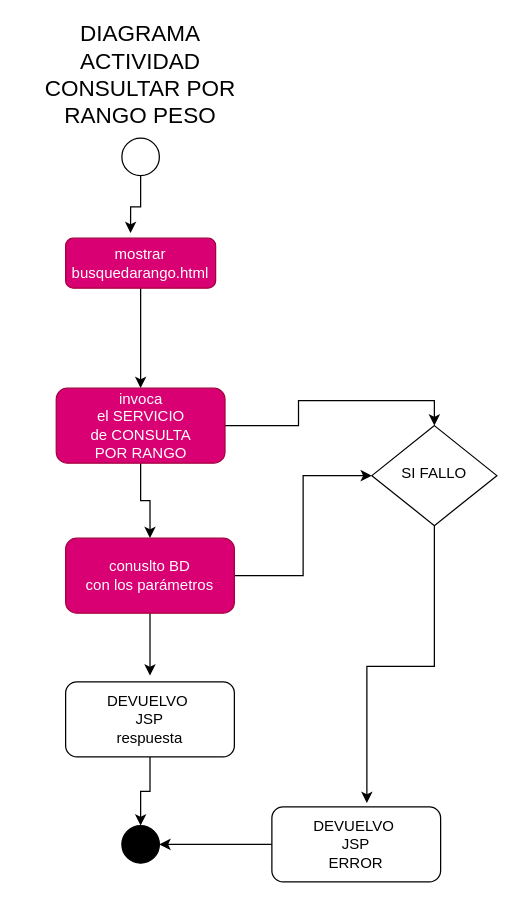
Earlier version of the draw.io diagram proyectoprofe1/DOCU/DIAGRAMA ACTIVDAD CONUSLTA POR RANGO PESO.drawio (Valexx55/repoclasejava). Source tidied: cells renumbered, new cells numbered last; positions are measured from the earlier drawing's top-left corner, leaving out a move shared by most shapes. Both pictures are drawn from the tidied source at 125%, with x=0, y=0 at pixel (21, 62).
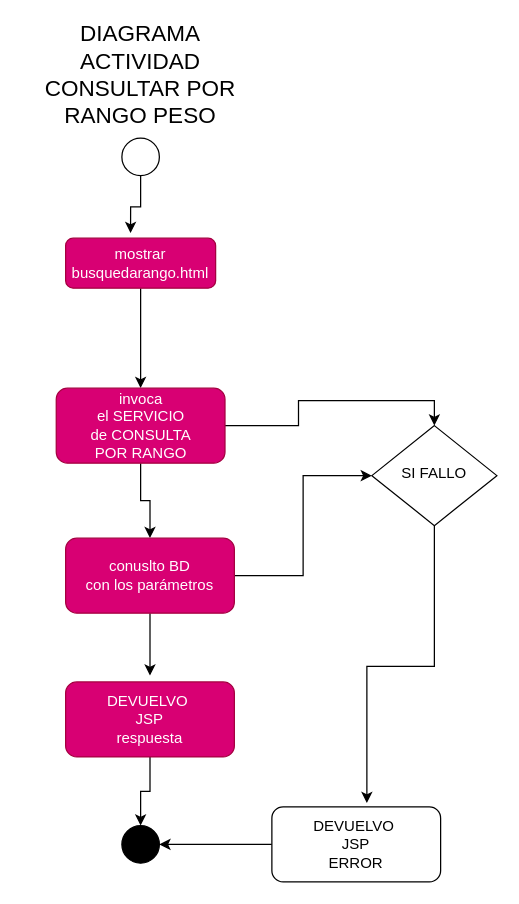
The same page after the edit.

The edit, as a diff of the source:
```diff
@@
-    <mxCell id="15" value="DEVUELVO&amp;nbsp;&lt;br&gt;JSP&lt;br&gt;respuesta" style="rounded=1;whiteSpace=wrap;html=1;fontSize=12;glass=0;strokeWidth=1;shadow=0;" parent="1" vertex="1">
+    <mxCell id="15" value="DEVUELVO&amp;nbsp;&lt;br&gt;JSP&lt;br&gt;respuesta" style="rounded=1;whiteSpace=wrap;html=1;fontSize=12;glass=0;strokeWidth=1;shadow=0;fillColor=#d80073;strokeColor=#A50040;fontColor=#ffffff;" parent="1" vertex="1">
       <mxGeometry x="35" y="495" width="135" height="60" as="geometry" />
     </mxCell>
```
